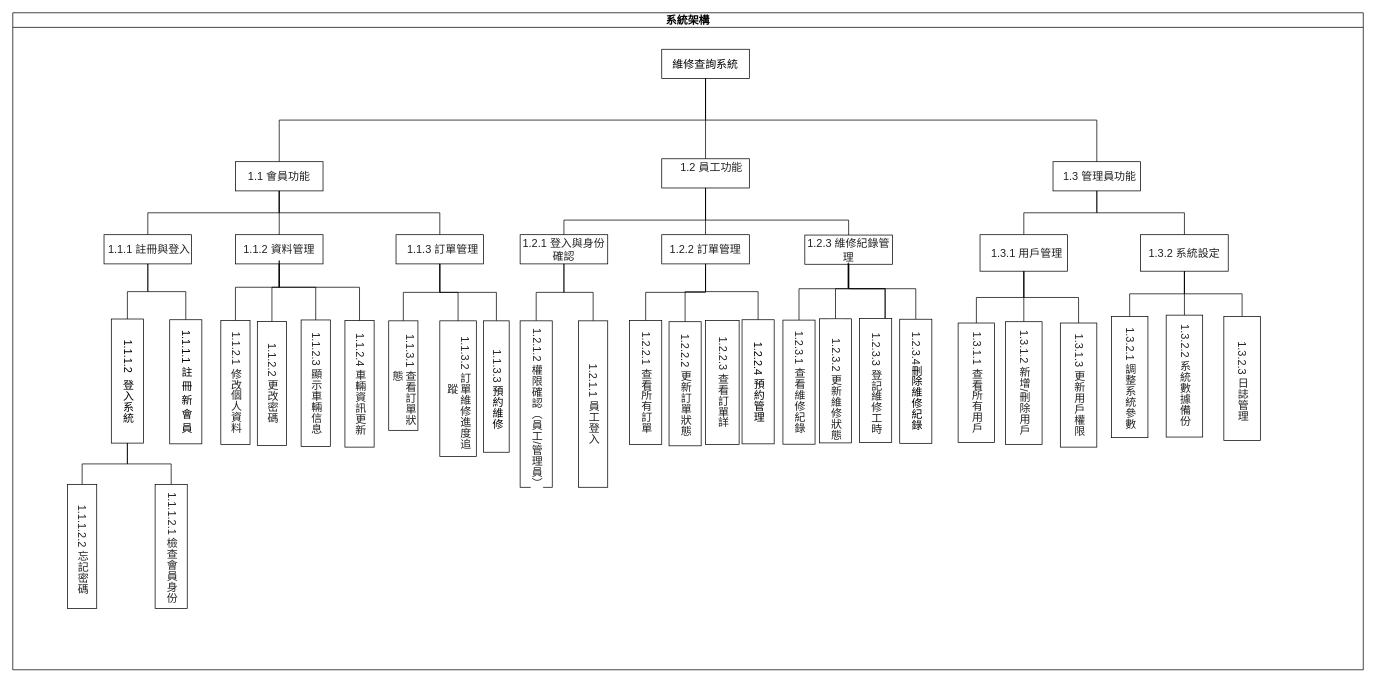
The draw.io diagram 維修查詢系統架構圖.drawio in hak99101314/Maintenance-inquiry-system, before the edit. Source tidied: cells renumbered, new cells numbered last; positions are measured from the earlier drawing's top-left corner, leaving out a move shared by most shapes. Both pictures are drawn from the tidied source at 73%, with x=0, y=0 at pixel (12, 12).
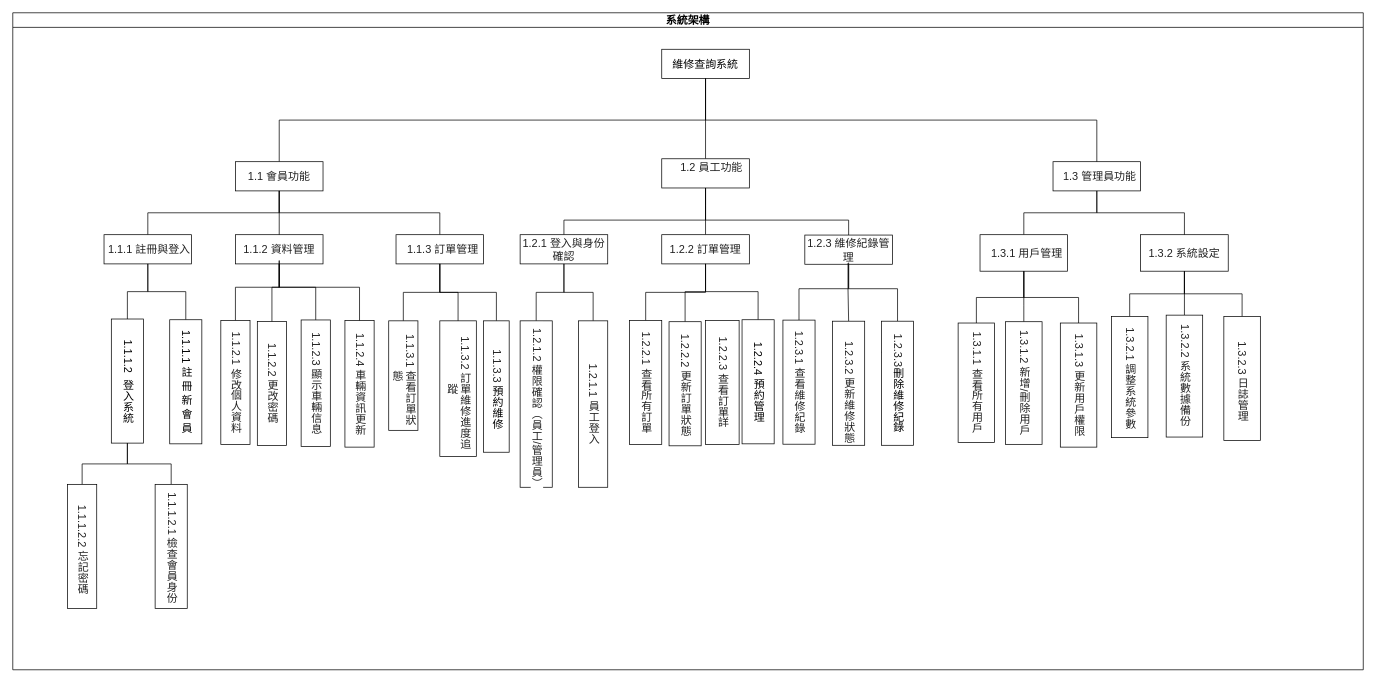
The same page after the edit.

Commit message:
更新維修查詢系統架構圖.drawio

The change refers to these unchanged cells:
```xml
<mxCell id="2" value="系統架構" style="swimlane;startSize=20;horizontal=1;containerType=tree;textShadow=0;fontSize=15;" parent="1" vertex="1">
  <mxGeometry width="1850" height="900" as="geometry" />
</mxCell>
<mxCell id="41" value="&lt;span style=&quot;color: rgb(34, 34, 34); font-family: Arial, Helvetica, sans-serif; text-align: start; background-color: rgb(255, 255, 255);&quot;&gt;1.2.3 維修紀錄管理&lt;/span&gt;" style="whiteSpace=wrap;html=1;newEdgeStyle={&quot;edgeStyle&quot;:&quot;elbowEdgeStyle&quot;,&quot;startArrow&quot;:&quot;none&quot;,&quot;endArrow&quot;:&quot;none&quot;};fontSize=15;" parent="2" vertex="1">
  <mxGeometry x="1085" y="304.5" width="120" height="40" as="geometry" />
</mxCell>
```

Diff of the diagram source:
```diff
@@
     <mxCell id="45" value="&lt;span style=&quot;color: rgb(34, 34, 34); font-family: Arial, Helvetica, sans-serif; text-align: start; background-color: rgb(255, 255, 255);&quot;&gt;&amp;nbsp; &amp;nbsp; &amp;nbsp; 1.2.3.2 更新維修狀態&lt;/span&gt;" style="whiteSpace=wrap;html=1;newEdgeStyle={&quot;edgeStyle&quot;:&quot;elbowEdgeStyle&quot;,&quot;startArrow&quot;:&quot;none&quot;,&quot;endArrow&quot;:&quot;none&quot;};textDirection=vertical-rl;fontSize=15;" parent="2" vertex="1">
-      <mxGeometry x="1105" y="419.2" width="44" height="170" as="geometry" />
+      <mxGeometry x="1123" y="422.5" width="44" height="170" as="geometry" />
     </mxCell>
-    <mxCell id="46" style="edgeStyle=elbowEdgeStyle;rounded=0;jettySize=auto;html=1;elbow=vertical;startArrow=none;endArrow=none;exitX=0.5;exitY=1;exitDx=0;exitDy=0;fontSize=15;" parent="2" edge="1" source="41" target="47">
-      <mxGeometry relative="1" as="geometry">
-        <Array as="points">
-          <mxPoint x="1195" y="378" />
-        </Array>
-      </mxGeometry>
-    </mxCell>
-    <mxCell id="47" value="&lt;span style=&quot;color: rgb(34, 34, 34); font-family: Arial, Helvetica, sans-serif; text-align: start; background-color: rgb(255, 255, 255);&quot;&gt;&amp;nbsp; 1.2.3.3 登記維修工時&lt;/span&gt;" style="whiteSpace=wrap;html=1;newEdgeStyle={&quot;edgeStyle&quot;:&quot;elbowEdgeStyle&quot;,&quot;startArrow&quot;:&quot;none&quot;,&quot;endArrow&quot;:&quot;none&quot;};textDirection=vertical-rl;fontSize=15;" parent="2" vertex="1">
-      <mxGeometry x="1160" y="418.8" width="44" height="170" as="geometry" />
-    </mxCell>
@@
+    <mxCell id="80" style="edgeStyle=elbowEdgeStyle;rounded=0;jettySize=auto;html=1;startArrow=none;endArrow=none;exitX=0;exitY=0.25;exitDx=0;exitDy=0;" parent="2" edge="1" source="69">
+      <mxGeometry relative="1" as="geometry">
+        <mxPoint x="1200" y="460" as="targetPoint" />
+      </mxGeometry>
+    </mxCell>
-    <mxCell id="69" value="&lt;span style=&quot;color: rgb(34, 34, 34); font-family: Arial, Helvetica, sans-serif; text-align: start; background-color: rgb(255, 255, 255);&quot;&gt;1.2.3.4&lt;/span&gt;刪除維修紀錄" style="whiteSpace=wrap;html=1;newEdgeStyle={&quot;edgeStyle&quot;:&quot;elbowEdgeStyle&quot;,&quot;startArrow&quot;:&quot;none&quot;,&quot;endArrow&quot;:&quot;none&quot;};textDirection=vertical-rl;fontSize=15;" parent="2" vertex="1">
-      <mxGeometry x="1215" y="419.8" width="44" height="170" as="geometry" />
+    <mxCell id="69" value="&lt;span style=&quot;color: rgb(34, 34, 34); font-family: Arial, Helvetica, sans-serif; text-align: start; background-color: rgb(255, 255, 255);&quot;&gt;1.2.3.3&lt;/span&gt;刪除維修紀錄" style="whiteSpace=wrap;html=1;newEdgeStyle={&quot;edgeStyle&quot;:&quot;elbowEdgeStyle&quot;,&quot;startArrow&quot;:&quot;none&quot;,&quot;endArrow&quot;:&quot;none&quot;};textDirection=vertical-rl;fontSize=15;" parent="2" vertex="1">
+      <mxGeometry x="1190" y="422.5" width="44" height="170" as="geometry" />
     </mxCell>
@@
-    <mxCell id="78" style="edgeStyle=elbowEdgeStyle;rounded=0;jettySize=auto;html=1;elbow=vertical;startArrow=none;endArrow=none;exitX=0.5;exitY=1;exitDx=0;exitDy=0;fontSize=15;" parent="2" edge="1" source="41" target="47">
-      <mxGeometry relative="1" as="geometry">
-        <Array as="points">
-          <mxPoint x="1195" y="378" />
-        </Array>
-      </mxGeometry>
-    </mxCell>
```
